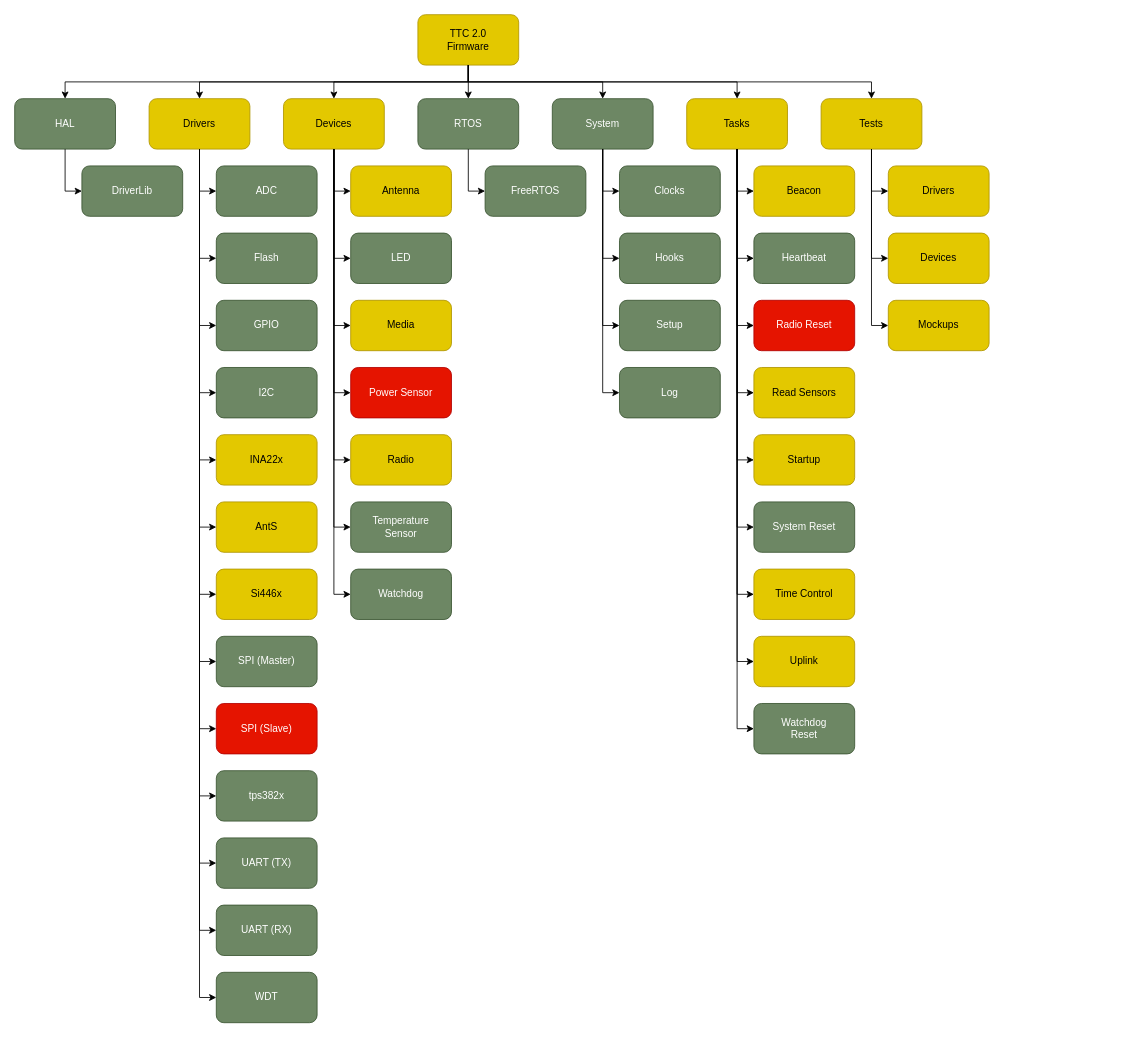
Earlier version of the draw.io diagram doc/figures/product-tree-fw.drawio (spacelab-ufsc/ttc2). Source tidied: cells renumbered, new cells numbered last; positions are measured from the earlier drawing's top-left corner, leaving out a move shared by most shapes. Both pictures are drawn from the tidied source at 84%, with x=0, y=0 at pixel (14, 14).
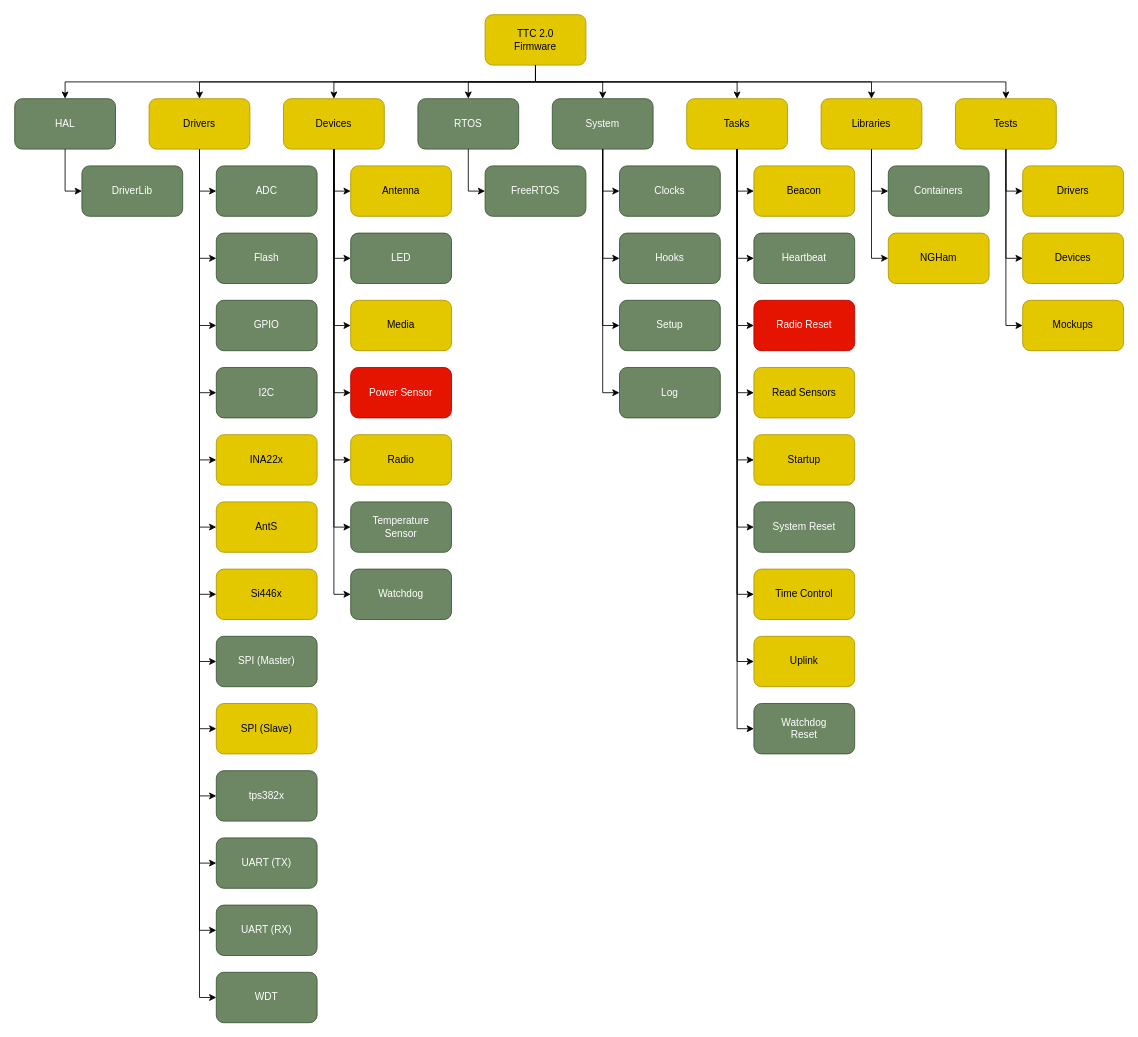
After the change.

Commit message (it also covers changes not shown here):
doc: Updating the product tree of the firmware

The change refers to these unchanged cells:
```xml
<mxCell id="2" value="Drivers" style="rounded=1;whiteSpace=wrap;html=1;fillColor=#e3c800;fontColor=#000000;strokeColor=#B09500;" parent="1" vertex="1">
  <mxGeometry x="160" y="100" width="120" height="60" as="geometry" />
</mxCell>
<mxCell id="3" value="Devices" style="rounded=1;whiteSpace=wrap;html=1;fillColor=#e3c800;fontColor=#000000;strokeColor=#B09500;" parent="1" vertex="1">
  <mxGeometry x="320" y="100" width="120" height="60" as="geometry" />
</mxCell>
<mxCell id="4" value="Tasks" style="rounded=1;whiteSpace=wrap;html=1;fillColor=#e3c800;fontColor=#000000;strokeColor=#B09500;" parent="1" vertex="1">
  <mxGeometry x="800" y="100" width="120" height="60" as="geometry" />
</mxCell>
<mxCell id="65" value="RTOS" style="rounded=1;whiteSpace=wrap;html=1;fillColor=#6d8764;fontColor=#ffffff;strokeColor=#3A5431;" parent="1" vertex="1">
  <mxGeometry x="480" y="100" width="120" height="60" as="geometry" />
</mxCell>
<mxCell id="67" value="HAL" style="rounded=1;whiteSpace=wrap;html=1;fillColor=#6d8764;fontColor=#ffffff;strokeColor=#3A5431;" parent="1" vertex="1">
  <mxGeometry y="100" width="120" height="60" as="geometry" />
</mxCell>
<mxCell id="70" value="System" style="rounded=1;whiteSpace=wrap;html=1;fillColor=#6d8764;fontColor=#ffffff;strokeColor=#3A5431;" parent="1" vertex="1">
  <mxGeometry x="640" y="100" width="120" height="60" as="geometry" />
</mxCell>
```

The edit, as a diff of the source:
```diff
@@
-    <mxCell id="13" value="SPI (Slave)" style="rounded=1;whiteSpace=wrap;html=1;fillColor=#e51400;fontColor=#ffffff;strokeColor=#B20000;" parent="1" vertex="1">
+    <mxCell id="13" value="SPI (Slave)" style="rounded=1;whiteSpace=wrap;html=1;fillColor=#e3c800;fontColor=#000000;strokeColor=#B09500;" parent="1" vertex="1">
       <mxGeometry x="240" y="820" width="120" height="60" as="geometry" />
     </mxCell>
@@
     <mxCell id="63" value="TTC 2.0&lt;br&gt;Firmware" style="rounded=1;whiteSpace=wrap;html=1;fillColor=#e3c800;fontColor=#000000;strokeColor=#B09500;" parent="1" vertex="1">
-      <mxGeometry x="480" width="120" height="60" as="geometry" />
+      <mxGeometry x="560" width="120" height="60" as="geometry" />
     </mxCell>
     <mxCell id="64" value="Tests" style="rounded=1;whiteSpace=wrap;html=1;fillColor=#e3c800;fontColor=#000000;strokeColor=#B09500;" parent="1" vertex="1">
-      <mxGeometry x="960" y="100" width="120" height="60" as="geometry" />
+      <mxGeometry x="1120" y="100" width="120" height="60" as="geometry" />
     </mxCell>
@@
     <mxCell id="71" style="endArrow=classic;html=1;rounded=0;exitX=0.5;exitY=1;exitDx=0;exitDy=0;entryX=0.5;entryY=0;entryDx=0;entryDy=0;" parent="1" edge="1" source="63" target="67">
       <mxGeometry relative="1" as="geometry">
         <Array as="points">
-          <mxPoint x="540" y="80" />
+          <mxPoint x="620" y="80" />
           <mxPoint x="60" y="80" />
         </Array>
       </mxGeometry>
     </mxCell>
     <mxCell id="72" style="endArrow=classic;html=1;rounded=0;exitX=0.5;exitY=1;exitDx=0;exitDy=0;entryX=0.5;entryY=0;entryDx=0;entryDy=0;" parent="1" edge="1" source="63" target="2">
       <mxGeometry relative="1" as="geometry">
         <Array as="points">
-          <mxPoint x="540" y="80" />
+          <mxPoint x="620" y="80" />
           <mxPoint x="220" y="80" />
         </Array>
       </mxGeometry>
     </mxCell>
-    <mxCell id="73" style="endArrow=classic;html=1;rounded=0;entryX=0.5;entryY=0;entryDx=0;entryDy=0;" parent="1" edge="1" target="3">
+    <mxCell id="73" style="endArrow=classic;html=1;rounded=0;entryX=0.5;entryY=0;entryDx=0;entryDy=0;exitX=0.5;exitY=1;exitDx=0;exitDy=0;" parent="1" edge="1" source="63" target="3">
       <mxGeometry relative="1" as="geometry">
-        <mxPoint x="540" y="60" as="sourcePoint" />
         <Array as="points">
-          <mxPoint x="540" y="80" />
+          <mxPoint x="620" y="80" />
           <mxPoint x="380" y="80" />
         </Array>
       </mxGeometry>
     </mxCell>
-    <mxCell id="74" style="endArrow=classic;html=1;rounded=0;exitX=0.5;exitY=1;exitDx=0;exitDy=0;" parent="1" edge="1" source="63" target="65">
-      <mxGeometry relative="1" as="geometry" />
+    <mxCell id="74" style="endArrow=classic;html=1;rounded=0;exitX=0.5;exitY=1;exitDx=0;exitDy=0;entryX=0.5;entryY=0;entryDx=0;entryDy=0;" parent="1" edge="1" source="63" target="65">
+      <mxGeometry relative="1" as="geometry">
+        <Array as="points">
+          <mxPoint x="620" y="80" />
+          <mxPoint x="540" y="80" />
+        </Array>
+      </mxGeometry>
     </mxCell>
     <mxCell id="75" style="endArrow=classic;html=1;rounded=0;exitX=0.5;exitY=1;exitDx=0;exitDy=0;entryX=0.5;entryY=0;entryDx=0;entryDy=0;" parent="1" edge="1" source="63" target="70">
       <mxGeometry relative="1" as="geometry">
         <Array as="points">
-          <mxPoint x="540" y="80" />
+          <mxPoint x="620" y="80" />
           <mxPoint x="700" y="80" />
         </Array>
       </mxGeometry>
     </mxCell>
-    <mxCell id="76" style="endArrow=classic;html=1;rounded=0;entryX=0.5;entryY=0;entryDx=0;entryDy=0;" parent="1" edge="1" target="4">
+    <mxCell id="76" style="endArrow=classic;html=1;rounded=0;entryX=0.5;entryY=0;entryDx=0;entryDy=0;exitX=0.5;exitY=1;exitDx=0;exitDy=0;" parent="1" edge="1" source="63" target="4">
       <mxGeometry relative="1" as="geometry">
-        <mxPoint x="540" y="60" as="sourcePoint" />
         <Array as="points">
-          <mxPoint x="540" y="80" />
+          <mxPoint x="620" y="80" />
           <mxPoint x="860" y="80" />
         </Array>
       </mxGeometry>
     </mxCell>
     <mxCell id="77" style="endArrow=classic;html=1;rounded=0;entryX=0.5;entryY=0;entryDx=0;entryDy=0;exitX=0.5;exitY=1;exitDx=0;exitDy=0;" parent="1" edge="1" source="63" target="64">
       <mxGeometry relative="1" as="geometry">
         <Array as="points">
-          <mxPoint x="540" y="80" />
-          <mxPoint x="1020" y="80" />
+          <mxPoint x="620" y="80" />
+          <mxPoint x="1180" y="80" />
         </Array>
       </mxGeometry>
     </mxCell>
@@
     <mxCell id="87" value="Drivers" style="rounded=1;whiteSpace=wrap;html=1;fillColor=#e3c800;fontColor=#000000;strokeColor=#B09500;" parent="1" vertex="1">
-      <mxGeometry x="1040" y="180" width="120" height="60" as="geometry" />
+      <mxGeometry x="1200" y="180" width="120" height="60" as="geometry" />
     </mxCell>
     <mxCell id="88" value="Devices" style="rounded=1;whiteSpace=wrap;html=1;fillColor=#e3c800;fontColor=#000000;strokeColor=#B09500;" parent="1" vertex="1">
-      <mxGeometry x="1040" y="260" width="120" height="60" as="geometry" />
+      <mxGeometry x="1200" y="260" width="120" height="60" as="geometry" />
     </mxCell>
     <mxCell id="89" value="Mockups" style="rounded=1;whiteSpace=wrap;html=1;fillColor=#e3c800;fontColor=#000000;strokeColor=#B09500;" parent="1" vertex="1">
-      <mxGeometry x="1040" y="340" width="120" height="60" as="geometry" />
+      <mxGeometry x="1200" y="340" width="120" height="60" as="geometry" />
     </mxCell>
     <mxCell id="90" style="endArrow=classic;html=1;rounded=0;entryX=0;entryY=0.5;entryDx=0;entryDy=0;exitX=0.5;exitY=1;exitDx=0;exitDy=0;" parent="1" edge="1">
       <mxGeometry relative="1" as="geometry">
-        <mxPoint x="1020" y="160" as="sourcePoint" />
-        <mxPoint x="1040" y="210" as="targetPoint" />
+        <mxPoint x="1180" y="160" as="sourcePoint" />
+        <mxPoint x="1200" y="210" as="targetPoint" />
         <Array as="points">
-          <mxPoint x="1020" y="210" />
+          <mxPoint x="1180" y="210" />
         </Array>
       </mxGeometry>
     </mxCell>
     <mxCell id="91" style="endArrow=classic;html=1;rounded=0;entryX=0;entryY=0.5;entryDx=0;entryDy=0;exitX=0.5;exitY=1;exitDx=0;exitDy=0;" parent="1" edge="1">
       <mxGeometry relative="1" as="geometry">
-        <mxPoint x="1020" y="160" as="sourcePoint" />
-        <mxPoint x="1040" y="290" as="targetPoint" />
+        <mxPoint x="1180" y="160" as="sourcePoint" />
+        <mxPoint x="1200" y="290" as="targetPoint" />
         <Array as="points">
-          <mxPoint x="1020" y="290" />
+          <mxPoint x="1180" y="290" />
         </Array>
       </mxGeometry>
     </mxCell>
     <mxCell id="92" style="endArrow=classic;html=1;rounded=0;entryX=0;entryY=0.5;entryDx=0;entryDy=0;exitX=0.5;exitY=1;exitDx=0;exitDy=0;" parent="1" edge="1">
       <mxGeometry relative="1" as="geometry">
-        <mxPoint x="1020" y="160" as="sourcePoint" />
-        <mxPoint x="1040" y="370" as="targetPoint" />
+        <mxPoint x="1180" y="160" as="sourcePoint" />
+        <mxPoint x="1200" y="370" as="targetPoint" />
         <Array as="points">
-          <mxPoint x="1020" y="370" />
+          <mxPoint x="1180" y="370" />
         </Array>
       </mxGeometry>
     </mxCell>
+    <mxCell id="93" value="Libraries" style="rounded=1;whiteSpace=wrap;html=1;fillColor=#e3c800;fontColor=#000000;strokeColor=#B09500;" parent="1" vertex="1">
+      <mxGeometry x="960" y="100" width="120" height="60" as="geometry" />
+    </mxCell>
+    <mxCell id="94" value="Containers" style="rounded=1;whiteSpace=wrap;html=1;fillColor=#6d8764;fontColor=#ffffff;strokeColor=#3A5431;" parent="1" vertex="1">
+      <mxGeometry x="1040" y="180" width="120" height="60" as="geometry" />
+    </mxCell>
+    <mxCell id="95" value="NGHam" style="rounded=1;whiteSpace=wrap;html=1;fillColor=#e3c800;fontColor=#000000;strokeColor=#B09500;" parent="1" vertex="1">
+      <mxGeometry x="1040" y="260" width="120" height="60" as="geometry" />
+    </mxCell>
+    <mxCell id="96" style="endArrow=classic;html=1;rounded=0;exitX=0.5;exitY=1;exitDx=0;exitDy=0;entryX=0;entryY=0.5;entryDx=0;entryDy=0;" parent="1" edge="1" source="93" target="94">
+      <mxGeometry relative="1" as="geometry">
+        <Array as="points">
+          <mxPoint x="1020" y="210" />
+        </Array>
+      </mxGeometry>
+    </mxCell>
+    <mxCell id="97" style="endArrow=classic;html=1;rounded=0;exitX=0.5;exitY=1;exitDx=0;exitDy=0;entryX=0;entryY=0.5;entryDx=0;entryDy=0;" parent="1" edge="1" source="93" target="95">
+      <mxGeometry relative="1" as="geometry">
+        <Array as="points">
+          <mxPoint x="1020" y="290" />
+        </Array>
+      </mxGeometry>
+    </mxCell>
+    <mxCell id="98" style="endArrow=classic;html=1;rounded=0;exitX=0.5;exitY=1;exitDx=0;exitDy=0;entryX=0.5;entryY=0;entryDx=0;entryDy=0;" parent="1" edge="1" source="63" target="93">
+      <mxGeometry relative="1" as="geometry">
+        <Array as="points">
+          <mxPoint x="620" y="80" />
+          <mxPoint x="1020" y="80" />
+        </Array>
+      </mxGeometry>
+    </mxCell>
```
